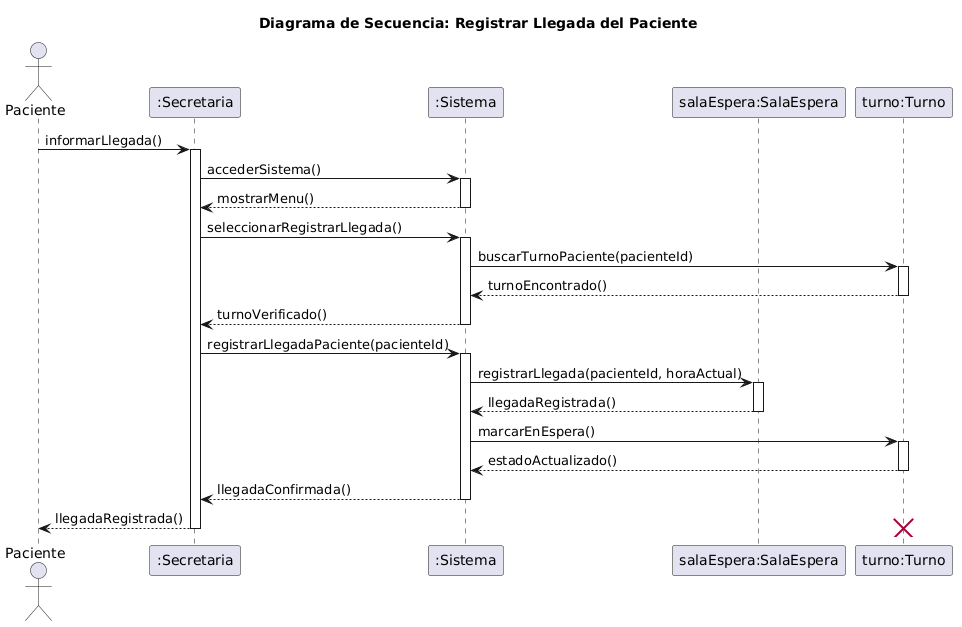
The PlantUML diagram diagramas/05-diagramas-secuencia/05-secuencia-registrar-llegada-registrar-llegada-del-paciente-03.png in FacundoGuiraldes/SistemaTurnosMedicos, before a commit.
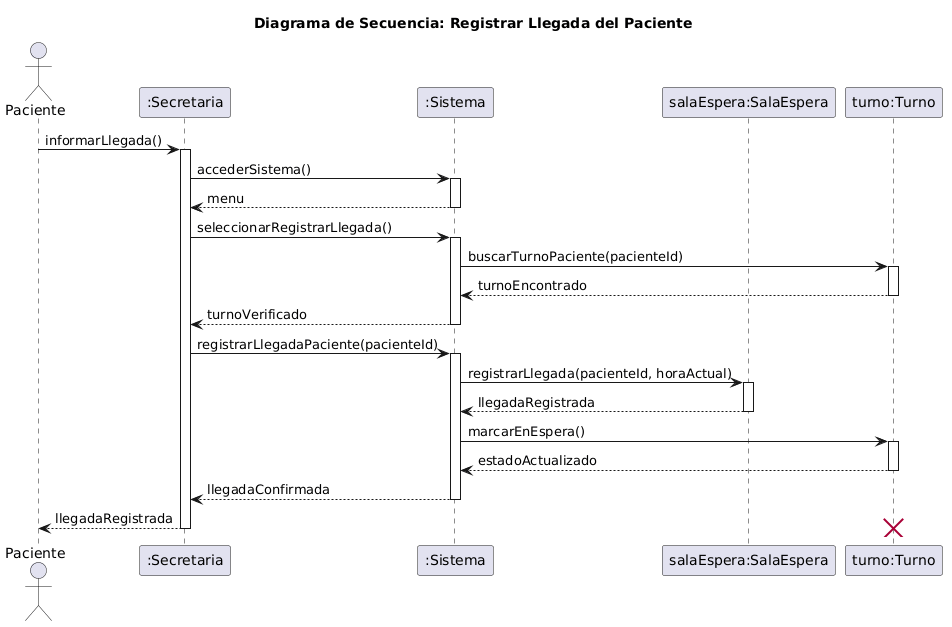
The same file after the commit.

Commit message:
Fix RCs: Corrige formato de los mensajes de retorno en los diagramas de secuencia restantes

Diff of the diagram source:
```diff
@@ -11,29 +11,29 @@
 activate secretaria
 secretaria -> sistema: accederSistema()
 activate sistema
-sistema --> secretaria: mostrarMenu()
+sistema --> secretaria: menu
 deactivate sistema
 secretaria -> sistema: seleccionarRegistrarLlegada()
 activate sistema
 sistema -> turno: buscarTurnoPaciente(pacienteId)
 activate turno
-turno --> sistema: turnoEncontrado()
+turno --> sistema: turnoEncontrado
 deactivate turno
-sistema --> secretaria: turnoVerificado()
+sistema --> secretaria: turnoVerificado
 deactivate sistema
 secretaria -> sistema: registrarLlegadaPaciente(pacienteId)
 activate sistema
 sistema -> salaEspera: registrarLlegada(pacienteId, horaActual)
 activate salaEspera
-salaEspera --> sistema: llegadaRegistrada()
+salaEspera --> sistema: llegadaRegistrada
 deactivate salaEspera
 sistema -> turno: marcarEnEspera()
 activate turno
-turno --> sistema: estadoActualizado()
+turno --> sistema: estadoActualizado
 deactivate turno
-sistema --> secretaria: llegadaConfirmada()
+sistema --> secretaria: llegadaConfirmada
 deactivate sistema
-secretaria --> Paciente: llegadaRegistrada()
+secretaria --> Paciente: llegadaRegistrada
 deactivate secretaria
 
 destroy turno
```
